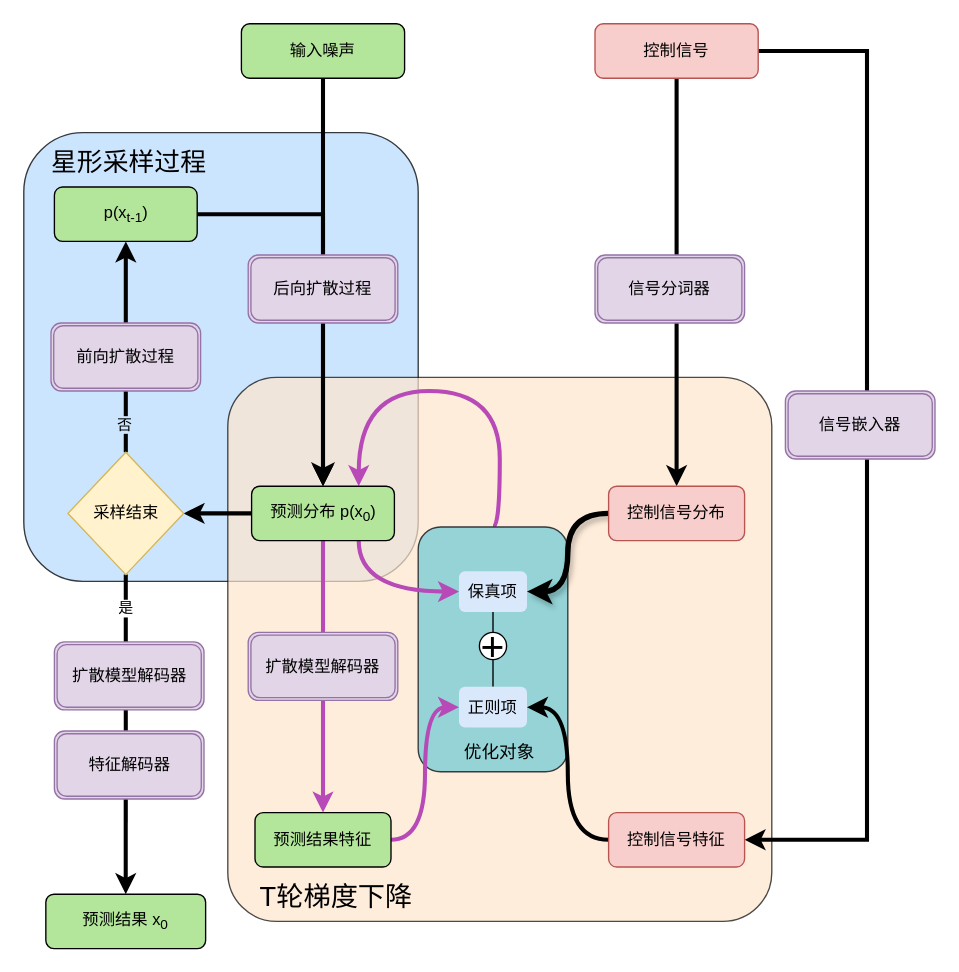
Earlier version of the draw.io diagram page "Page-1 的副本" (2 of 2) of 未命名绘图.drawio (DJ-Won/PRC). Source tidied: cells renumbered, new cells numbered last; positions are measured from the earlier drawing's top-left corner, leaving out a move shared by most shapes. Both pictures are drawn from the tidied source at 136%, with x=0, y=0 at pixel (23, 23).
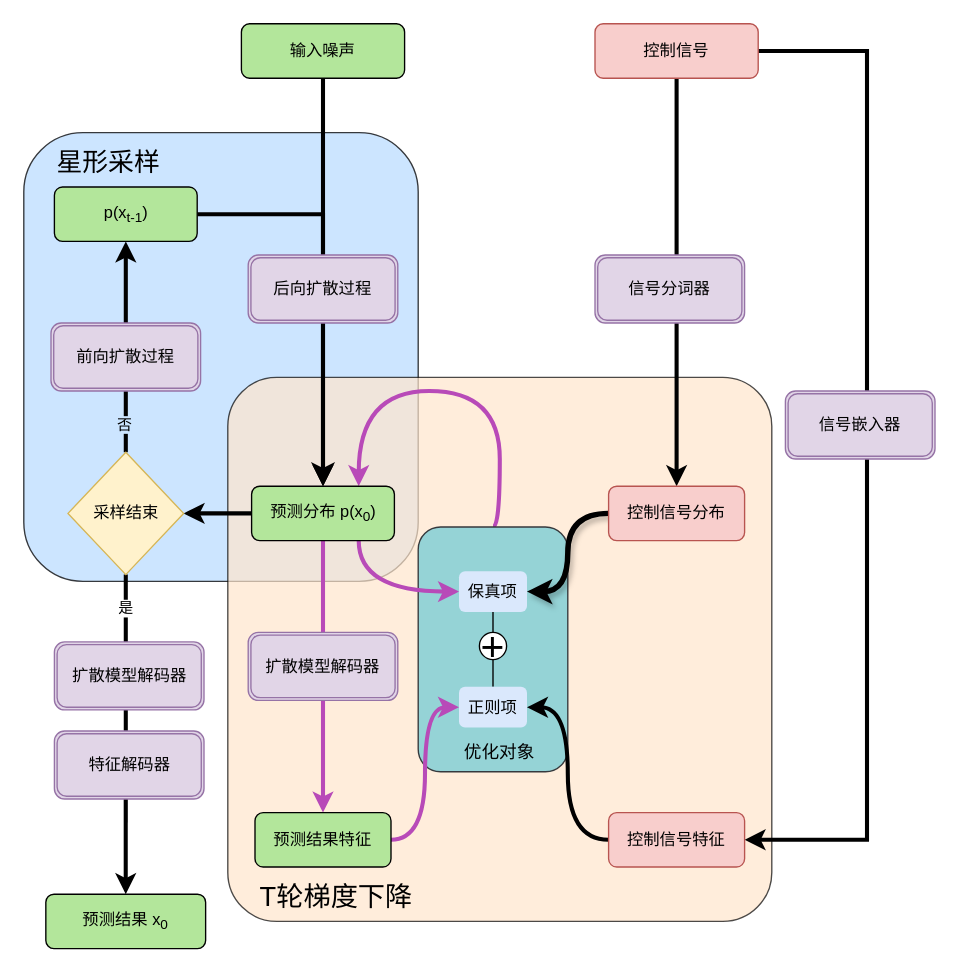
The same page after the edit.

Commit message:
更新未命名绘图.drawio

Diff of the diagram source:
```diff
@@
-    <mxCell id="35" value="星形采样过程" style="shape=table;startSize=0;childLayout=tableLayout;fontSize=19;fillColor=none;strokeColor=none;" parent="1" vertex="1">
-      <mxGeometry x="47.5" y="70" width="60" height="60" as="geometry" />
+    <mxCell id="35" value="星形采样" style="shape=table;startSize=0;childLayout=tableLayout;fontSize=19;fillColor=none;strokeColor=none;" parent="1" vertex="1">
+      <mxGeometry x="32.5" y="70" width="60" height="60" as="geometry" />
     </mxCell>
```
